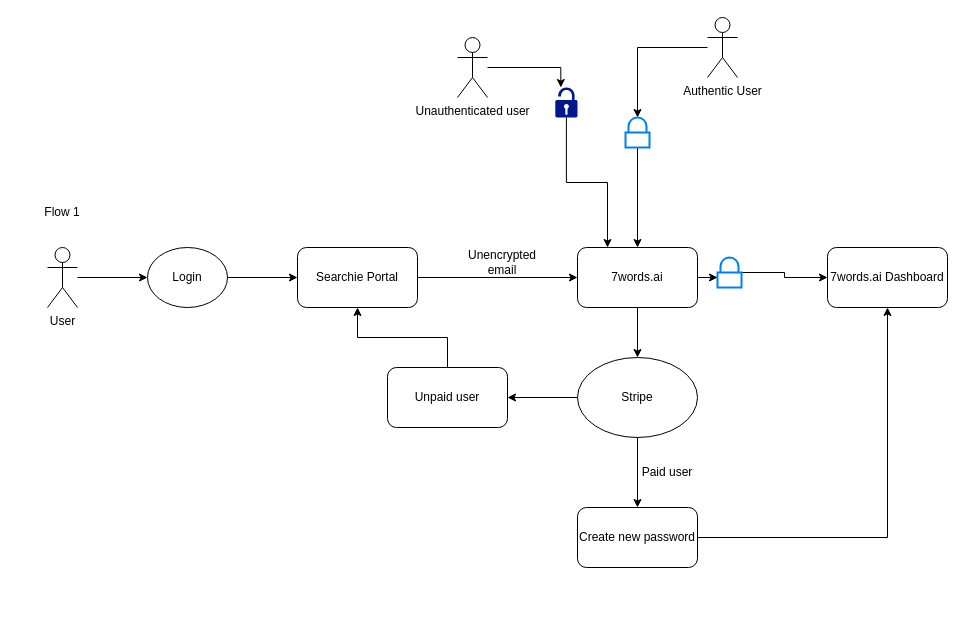
Above: graphs/Untitled Diagram.drawio in piyush-sigmared/draw.io (draw.io), before the change. Source tidied: cells renumbered, new cells numbered last; positions are measured from the earlier drawing's top-left corner, leaving out a move shared by most shapes. Both pictures are drawn from the tidied source at 100%, with x=0, y=0 at pixel (17, 17).
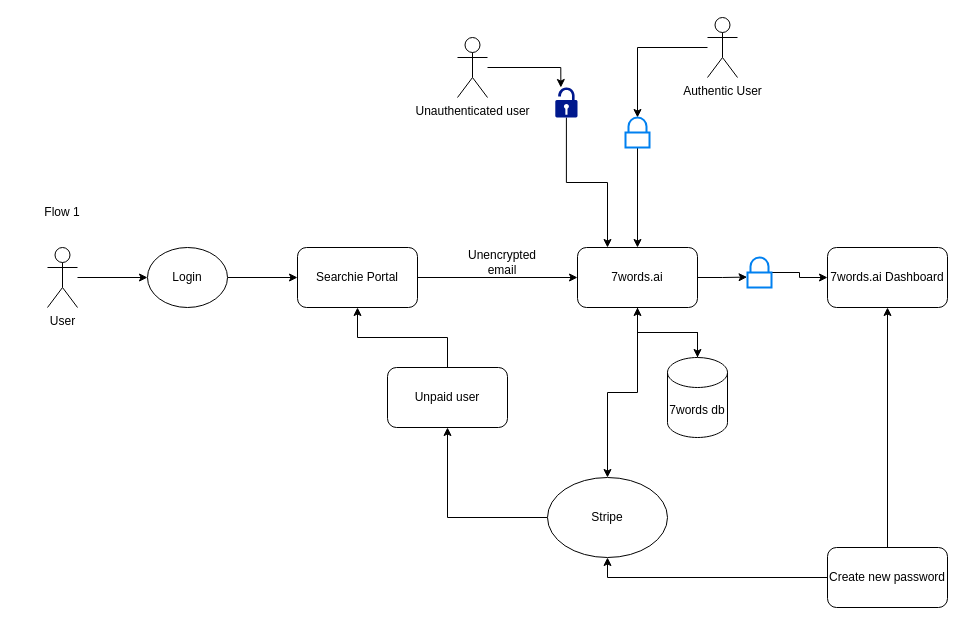
The same page after the edit.

Unchanged cells that the change refers to:
```xml
<mxCell id="7" value="7words.ai" style="rounded=1;whiteSpace=wrap;html=1;" parent="1" vertex="1">
  <mxGeometry x="560" y="230" width="120" height="60" as="geometry" />
</mxCell>
```

The edit, as a diff of the source:
```diff
@@
+    <mxCell id="33" style="edgeStyle=orthogonalEdgeStyle;rounded=0;jettySize=auto;html=1;" parent="1" edge="1" source="7" target="36">
+      <mxGeometry relative="1" as="geometry" />
+    </mxCell>
@@
-    <mxCell id="10" style="edgeStyle=orthogonalEdgeStyle;rounded=0;jettySize=auto;html=1;entryX=0.5;entryY=0;entryDx=0;entryDy=0;" parent="1" edge="1" source="12" target="16">
-      <mxGeometry relative="1" as="geometry" />
-    </mxCell>
@@
     <mxCell id="12" value="Stripe" style="ellipse;whiteSpace=wrap;html=1;" parent="1" vertex="1">
-      <mxGeometry x="560" y="340" width="120" height="80" as="geometry" />
+      <mxGeometry x="530" y="460" width="120" height="80" as="geometry" />
     </mxCell>
@@
+    <mxCell id="34" style="edgeStyle=orthogonalEdgeStyle;rounded=0;jettySize=auto;html=1;entryX=0.5;entryY=1;entryDx=0;entryDy=0;" parent="1" edge="1" source="16" target="12">
+      <mxGeometry relative="1" as="geometry" />
+    </mxCell>
     <mxCell id="16" value="Create new password" style="rounded=1;whiteSpace=wrap;html=1;" parent="1" vertex="1">
-      <mxGeometry x="560" y="490" width="120" height="60" as="geometry" />
+      <mxGeometry x="810" y="530" width="120" height="60" as="geometry" />
     </mxCell>
@@
-    <mxCell id="20" value="Paid user" style="text;html=1;align=center;verticalAlign=middle;whiteSpace=wrap;rounded=0;" parent="1" vertex="1">
-      <mxGeometry x="620" y="440" width="60" height="30" as="geometry" />
-    </mxCell>
-    <mxCell id="21" style="edgeStyle=orthogonalEdgeStyle;rounded=0;orthogonalLoop=1;jettySize=auto;html=1;exitX=0.5;exitY=1;exitDx=0;exitDy=0;" parent="1" edge="1" source="20" target="20">
-      <mxGeometry relative="1" as="geometry" />
+    <mxCell id="21" style="edgeStyle=orthogonalEdgeStyle;rounded=0;orthogonalLoop=1;jettySize=auto;html=1;exitX=0.5;exitY=1;exitDx=0;exitDy=0;" parent="1" edge="1">
+      <mxGeometry relative="1" as="geometry">
+        <mxPoint x="650" y="470" as="sourcePoint" />
+        <mxPoint x="650" y="470" as="targetPoint" />
+      </mxGeometry>
     </mxCell>
@@
     <mxCell id="31" style="html=1;verticalLabelPosition=bottom;align=center;labelBackgroundColor=#ffffff;verticalAlign=top;strokeWidth=2;strokeColor=#0080F0;shadow=0;dashed=0;shape=mxgraph.ios7.icons.locked;" parent="1" vertex="1">
-      <mxGeometry x="700" y="240" width="24" height="30" as="geometry" />
+      <mxGeometry x="730" y="240" width="24" height="30" as="geometry" />
     </mxCell>
@@
+    <mxCell id="35" style="edgeStyle=orthogonalEdgeStyle;rounded=0;jettySize=auto;html=1;" parent="1" edge="1" source="36" target="7">
+      <mxGeometry relative="1" as="geometry" />
+    </mxCell>
+    <mxCell id="36" value="7words db" style="shape=cylinder3;whiteSpace=wrap;html=1;boundedLbl=1;backgroundOutline=1;size=15;" parent="1" vertex="1">
+      <mxGeometry x="650" y="340" width="60" height="80" as="geometry" />
+    </mxCell>
```
